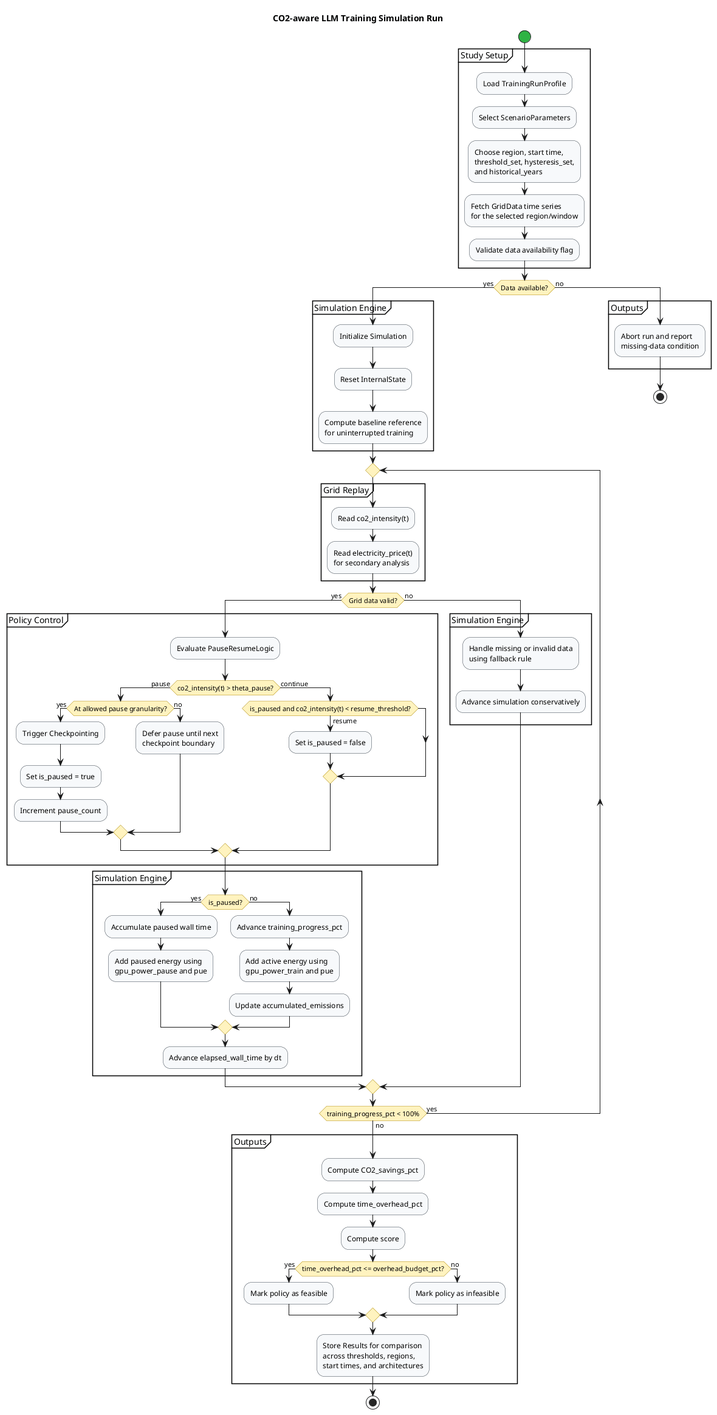
Earlier version of the PlantUML export diagrams/activity_simulation_run.png (404Simon/TheGreenEpoch).
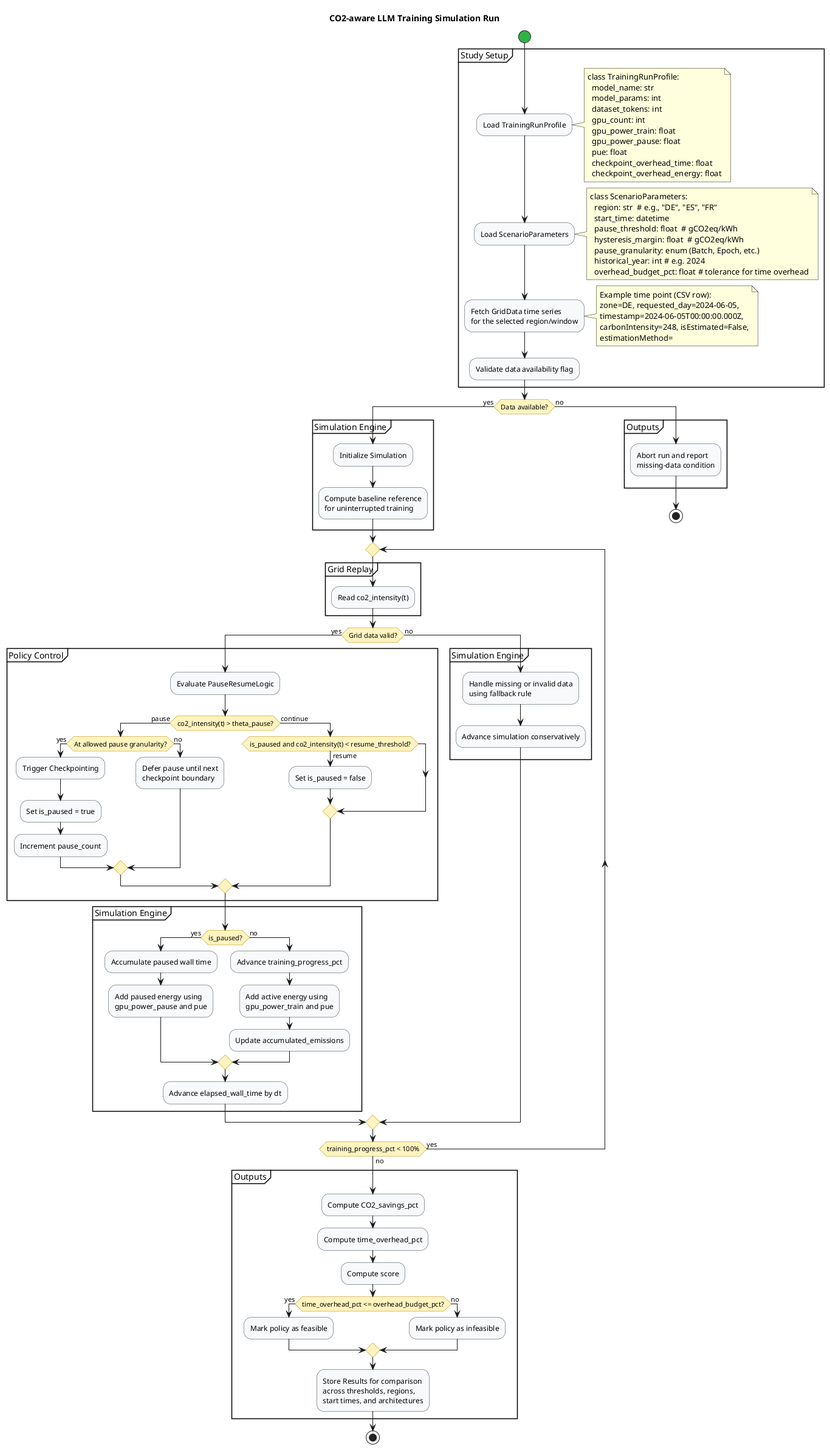
After the change.

The edit, as a diff of the source:
```diff
@@ -17,19 +17,44 @@
 
 partition "Study Setup" {
   :Load TrainingRunProfile;
-  :Select ScenarioParameters;
-  :Choose region, start time,
-  threshold_set, hysteresis_set,
-  and historical_years;
+  note right
+    class TrainingRunProfile:
+      model_name: str
+      model_params: int
+      dataset_tokens: int
+      gpu_count: int
+      gpu_power_train: float
+      gpu_power_pause: float
+      pue: float
+      checkpoint_overhead_time: float
+      checkpoint_overhead_energy: float
+  end note
+  :Load ScenarioParameters;
+  note right
+    class ScenarioParameters:
+      region: str  # e.g., "DE", "ES", "FR"
+      start_time: datetime
+      pause_threshold: float  # gCO2eq/kWh
+      hysteresis_margin: float  # gCO2eq/kWh
+      pause_granularity: enum (Batch, Epoch, etc.)
+      historical_year: int # e.g. 2024
+      overhead_budget_pct: float # tolerance for time overhead
+  end note
   :Fetch GridData time series
   for the selected region/window;
+  note right
+    Example time point (CSV row):
+    zone=DE, requested_day=2024-06-05,
+    timestamp=2024-06-05T00:00:00.000Z,
+    carbonIntensity=248, isEstimated=False,
+    estimationMethod=
+  end note
   :Validate data availability flag;
 }
 
 if (Data available?) then (yes)
   partition "Simulation Engine" {
     :Initialize Simulation;
-    :Reset InternalState;
     :Compute baseline reference
     for uninterrupted training;
   }
@@ -37,8 +62,6 @@
   repeat
     partition "Grid Replay" {
       :Read co2_intensity(t);
-      :Read electricity_price(t)
-      for secondary analysis;
     }
 
     if (Grid data valid?) then (yes)
```
